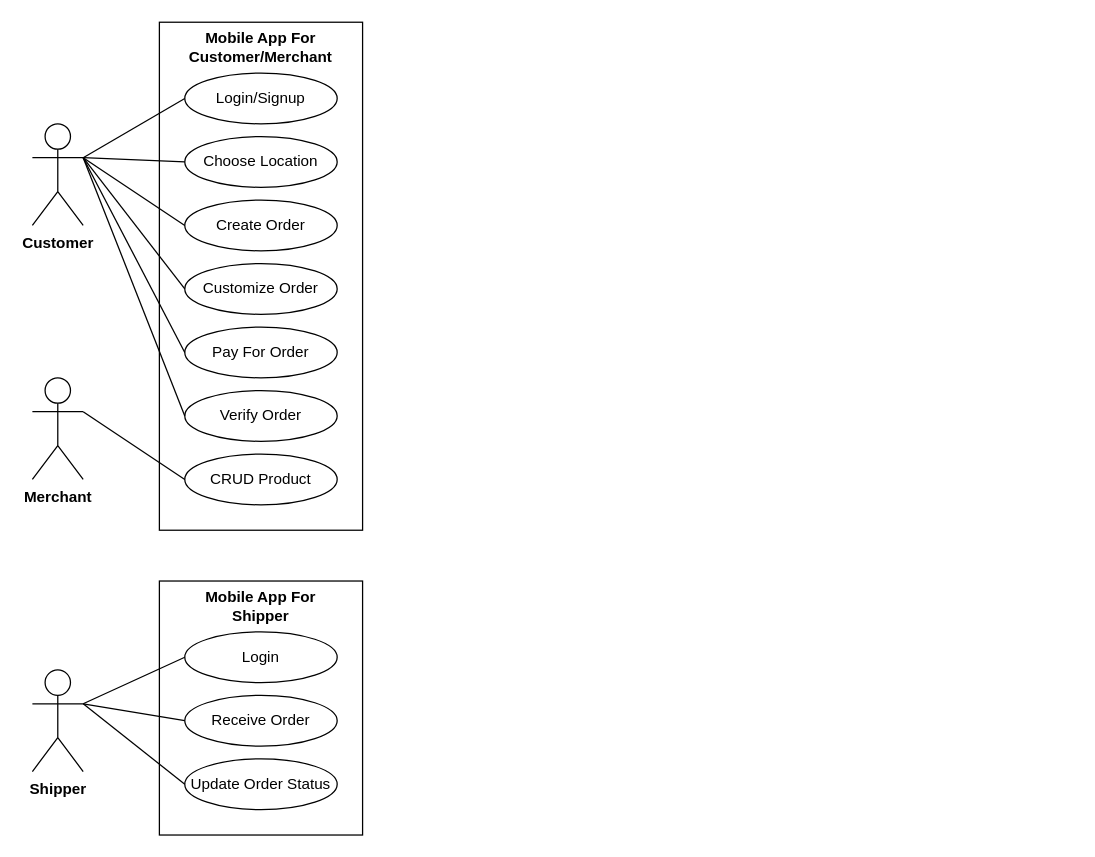
Earlier version of the draw.io diagram UseCase Model.drawio (LIEUTRI/LuanVan). Source tidied: cells renumbered, new cells numbered last; positions are measured from the earlier drawing's top-left corner, leaving out a move shared by most shapes. Both pictures are drawn from the tidied source at 127%, with x=0, y=0 at pixel (32, 22).
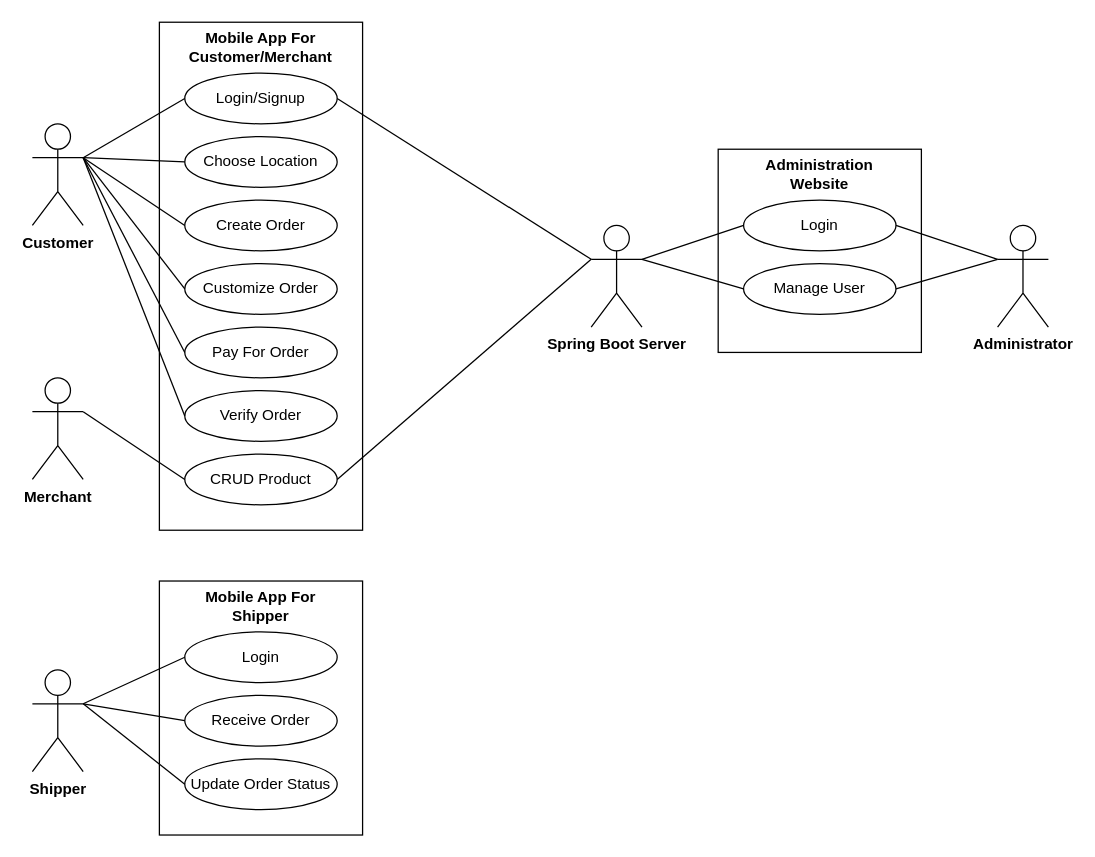
The same page after the edit.

The change refers to these unchanged cells:
```xml
<mxCell id="4" value="Login/Signup" style="ellipse;whiteSpace=wrap;html=1;" parent="1" vertex="1">
  <mxGeometry x="120" y="40" width="120" height="40" as="geometry" />
</mxCell>
<mxCell id="10" value="CRUD Product" style="ellipse;whiteSpace=wrap;html=1;" parent="1" vertex="1">
  <mxGeometry x="120" y="340" width="120" height="40" as="geometry" />
</mxCell>
```

What changed in the source:
```diff
@@
+    <mxCell id="29" style="rounded=0;whiteSpace=wrap;html=1;fillColor=none;" parent="1" vertex="1">
+      <mxGeometry x="540" y="100" width="160" height="160" as="geometry" />
+    </mxCell>
@@
+    <mxCell id="30" value="&lt;b&gt;Spring Boot Server&lt;/b&gt;" style="shape=umlActor;verticalLabelPosition=bottom;verticalAlign=top;html=1;outlineConnect=0;fillColor=none;" parent="1" vertex="1">
+      <mxGeometry x="440" y="160" width="40" height="80" as="geometry" />
+    </mxCell>
+    <mxCell id="31" style="endArrow=none;html=1;entryX=0;entryY=0.3333333333333333;entryDx=0;entryDy=0;entryPerimeter=0;exitX=1;exitY=0.5;exitDx=0;exitDy=0;" parent="1" edge="1" source="10" target="30">
+      <mxGeometry relative="1" as="geometry" />
+    </mxCell>
+    <mxCell id="32" style="endArrow=none;html=1;exitX=1;exitY=0.5;exitDx=0;exitDy=0;entryX=0;entryY=0.3333333333333333;entryDx=0;entryDy=0;entryPerimeter=0;" parent="1" edge="1" source="4" target="30">
+      <mxGeometry relative="1" as="geometry" />
+    </mxCell>
+    <mxCell id="33" value="Login" style="ellipse;whiteSpace=wrap;html=1;" parent="1" vertex="1">
+      <mxGeometry x="560" y="140" width="120" height="40" as="geometry" />
+    </mxCell>
+    <mxCell id="34" value="Manage User" style="ellipse;whiteSpace=wrap;html=1;" parent="1" vertex="1">
+      <mxGeometry x="560" y="190" width="120" height="40" as="geometry" />
+    </mxCell>
+    <mxCell id="35" value="&lt;b&gt;Administration Website&lt;/b&gt;" style="text;html=1;strokeColor=none;fillColor=none;align=center;verticalAlign=middle;whiteSpace=wrap;rounded=0;" parent="1" vertex="1">
+      <mxGeometry x="555" y="110" width="130" height="20" as="geometry" />
+    </mxCell>
+    <mxCell id="36" style="endArrow=none;html=1;exitX=1;exitY=0.3333333333333333;exitDx=0;exitDy=0;exitPerimeter=0;entryX=0;entryY=0.5;entryDx=0;entryDy=0;" parent="1" edge="1" source="30" target="33">
+      <mxGeometry relative="1" as="geometry" />
+    </mxCell>
+    <mxCell id="37" style="endArrow=none;html=1;entryX=0;entryY=0.5;entryDx=0;entryDy=0;exitX=1;exitY=0.3333333333333333;exitDx=0;exitDy=0;exitPerimeter=0;" parent="1" edge="1" source="30" target="34">
+      <mxGeometry relative="1" as="geometry" />
+    </mxCell>
+    <mxCell id="38" value="&lt;b&gt;Administrator&lt;/b&gt;" style="shape=umlActor;verticalLabelPosition=bottom;verticalAlign=top;html=1;outlineConnect=0;fillColor=none;" parent="1" vertex="1">
+      <mxGeometry x="760" y="160" width="40" height="80" as="geometry" />
+    </mxCell>
+    <mxCell id="39" style="endArrow=none;html=1;exitX=1;exitY=0.5;exitDx=0;exitDy=0;entryX=0;entryY=0.3333333333333333;entryDx=0;entryDy=0;entryPerimeter=0;" parent="1" edge="1" source="33" target="38">
+      <mxGeometry relative="1" as="geometry" />
+    </mxCell>
+    <mxCell id="40" style="endArrow=none;html=1;exitX=1;exitY=0.5;exitDx=0;exitDy=0;entryX=0;entryY=0.3333333333333333;entryDx=0;entryDy=0;entryPerimeter=0;" parent="1" edge="1" source="34" target="38">
+      <mxGeometry relative="1" as="geometry" />
+    </mxCell>
```
